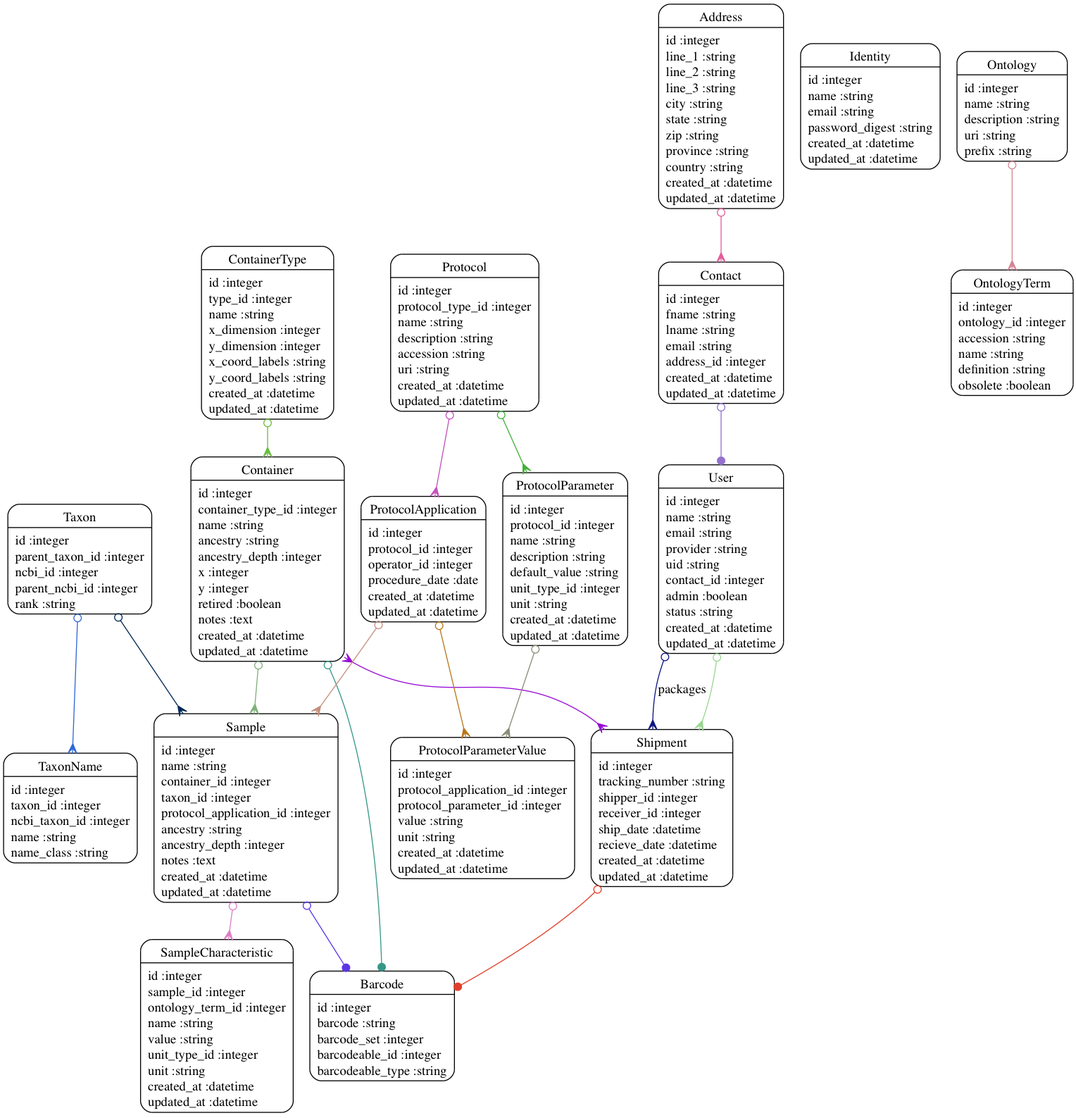
Before: models.png, a diagram exported from Graphviz (dimitras/collos). Its source is kept beside it as models.dot.
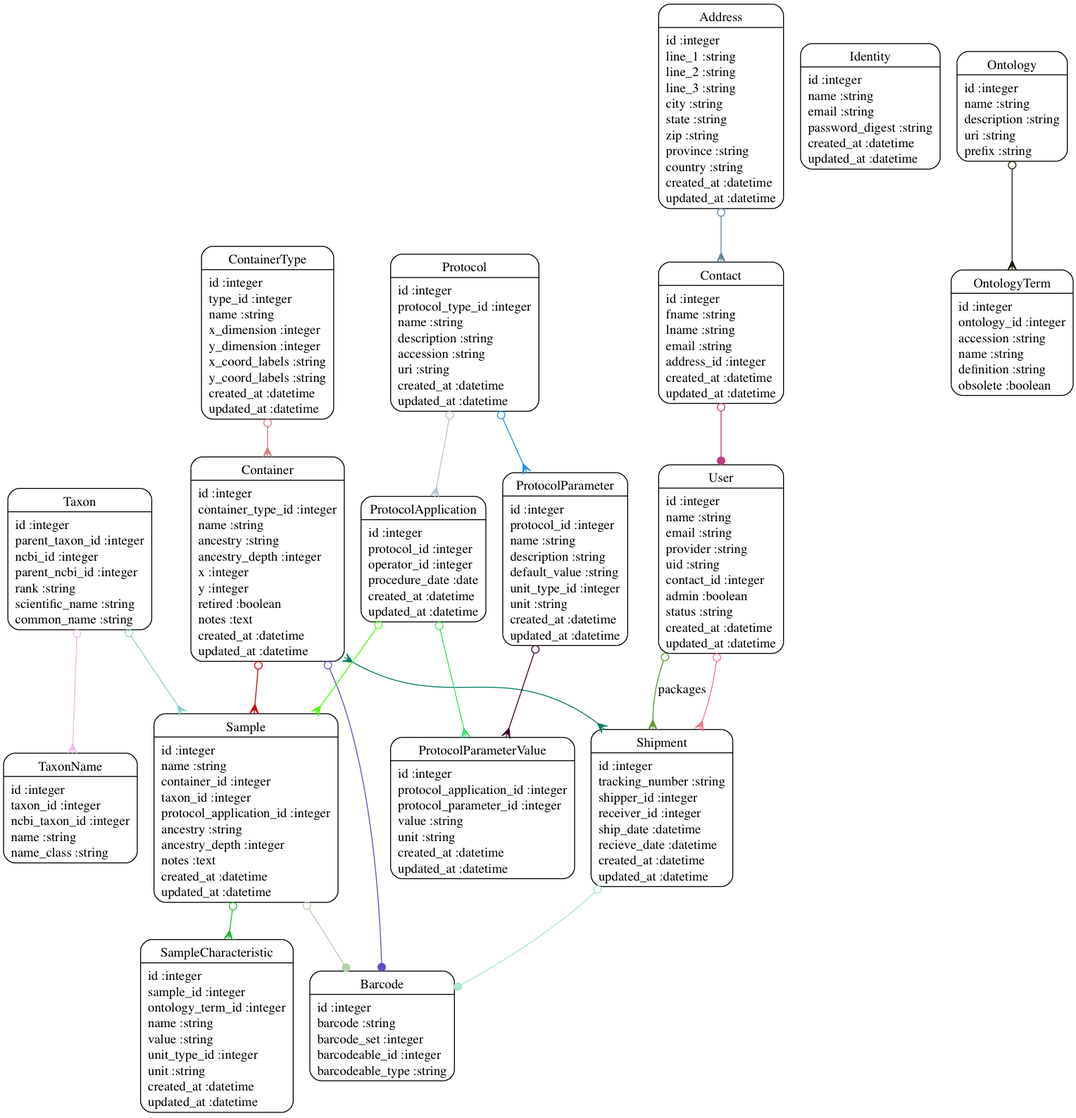
After the commit.

Diff of the diagram source:
```diff
@@ -15,26 +15,26 @@
 	"Sample" [shape=Mrecord, label="{Sample|id :integer\lname :string\lcontainer_id :integer\ltaxon_id :integer\lprotocol_application_id :integer\lancestry :string\lancestry_depth :integer\lnotes :text\lcreated_at :datetime\lupdated_at :datetime\l}"]
 	"SampleCharacteristic" [shape=Mrecord, label="{SampleCharacteristic|id :integer\lsample_id :integer\lontology_term_id :integer\lname :string\lvalue :string\lunit_type_id :integer\lunit :string\lcreated_at :datetime\lupdated_at :datetime\l}"]
 	"Shipment" [shape=Mrecord, label="{Shipment|id :integer\ltracking_number :string\lshipper_id :integer\lreceiver_id :integer\lship_date :datetime\lrecieve_date :datetime\lcreated_at :datetime\lupdated_at :datetime\l}"]
-	"Taxon" [shape=Mrecord, label="{Taxon|id :integer\lparent_taxon_id :integer\lncbi_id :integer\lparent_ncbi_id :integer\lrank :string\l}"]
+	"Taxon" [shape=Mrecord, label="{Taxon|id :integer\lparent_taxon_id :integer\lncbi_id :integer\lparent_ncbi_id :integer\lrank :string\lscientific_name :string\lcommon_name :string\l}"]
 	"TaxonName" [shape=Mrecord, label="{TaxonName|id :integer\ltaxon_id :integer\lncbi_taxon_id :integer\lname :string\lname_class :string\l}"]
 	"User" [shape=Mrecord, label="{User|id :integer\lname :string\lemail :string\lprovider :string\luid :string\lcontact_id :integer\ladmin :boolean\lstatus :string\lcreated_at :datetime\lupdated_at :datetime\l}"]
-	"Address" -> "Contact" [arrowtail=odot, arrowhead=crow, dir=both color="#E35E99"]
-	"Contact" -> "User" [arrowtail=odot, arrowhead=dot, dir=both color="#9471CD"]
-	"Container" -> "Sample" [arrowtail=odot, arrowhead=crow, dir=both color="#7DB079"]
-	"Container" -> "Barcode" [arrowtail=odot, arrowhead=dot, dir=both color="#369787"]
-	"Container" -> "Shipment" [arrowtail=crow, arrowhead=crow, dir=both color="#960CD4"]
-	"ContainerType" -> "Container" [arrowtail=odot, arrowhead=crow, dir=both color="#67BE3D"]
-	"Ontology" -> "OntologyTerm" [arrowtail=odot, arrowhead=crow, dir=both color="#D28694"]
-	"Protocol" -> "ProtocolApplication" [arrowtail=odot, arrowhead=crow, dir=both color="#C552BB"]
-	"Protocol" -> "ProtocolParameter" [arrowtail=odot, arrowhead=crow, dir=both color="#43B038"]
-	"ProtocolApplication" -> "Sample" [arrowtail=odot, arrowhead=crow, dir=both color="#C48E7D"]
-	"ProtocolApplication" -> "ProtocolParameterValue" [arrowtail=odot, arrowhead=crow, dir=both color="#B8771A"]
-	"ProtocolParameter" -> "ProtocolParameterValue" [arrowtail=odot, arrowhead=crow, dir=both color="#888D75"]
-	"Sample" -> "Barcode" [arrowtail=odot, arrowhead=dot, dir=both color="#5C35E6"]
-	"Sample" -> "SampleCharacteristic" [arrowtail=odot, arrowhead=crow, dir=both color="#DD7FC3"]
-	"Shipment" -> "Barcode" [arrowtail=odot, arrowhead=dot, dir=both color="#DF3F2A"]
-	"Taxon" -> "Sample" [arrowtail=odot, arrowhead=crow, dir=both color="#002654"]
-	"Taxon" -> "TaxonName" [arrowtail=odot, arrowhead=crow, dir=both color="#2F68D5"]
-	"User" -> "Shipment" [arrowtail=odot, arrowhead=crow, dir=both color="#99D690"]
-	"User" -> "Shipment" [label="packages", arrowtail=odot, arrowhead=crow, dir=both color="#0D1581"]
+	"Address" -> "Contact" [arrowtail=odot, arrowhead=crow, dir=both color="#668498"]
+	"Contact" -> "User" [arrowtail=odot, arrowhead=dot, dir=both color="#B83E7F"]
+	"Container" -> "Sample" [arrowtail=odot, arrowhead=crow, dir=both color="#C60910"]
+	"Container" -> "Barcode" [arrowtail=odot, arrowhead=dot, dir=both color="#644DC2"]
+	"Container" -> "Shipment" [arrowtail=crow, arrowhead=crow, dir=both color="#047A64"]
+	"ContainerType" -> "Container" [arrowtail=odot, arrowhead=crow, dir=both color="#D77A7E"]
+	"Ontology" -> "OntologyTerm" [arrowtail=odot, arrowhead=crow, dir=both color="#1B1A03"]
+	"Protocol" -> "ProtocolApplication" [arrowtail=odot, arrowhead=crow, dir=both color="#B5C5D4"]
+	"Protocol" -> "ProtocolParameter" [arrowtail=odot, arrowhead=crow, dir=both color="#2692E2"]
+	"ProtocolApplication" -> "Sample" [arrowtail=odot, arrowhead=crow, dir=both color="#53F60E"]
+	"ProtocolApplication" -> "ProtocolParameterValue" [arrowtail=odot, arrowhead=crow, dir=both color="#3BE069"]
+	"ProtocolParameter" -> "ProtocolParameterValue" [arrowtail=odot, arrowhead=crow, dir=both color="#3C0231"]
+	"Sample" -> "Barcode" [arrowtail=odot, arrowhead=dot, dir=both color="#B2D2AC"]
+	"Sample" -> "SampleCharacteristic" [arrowtail=odot, arrowhead=crow, dir=both color="#2BB63A"]
+	"Shipment" -> "Barcode" [arrowtail=odot, arrowhead=dot, dir=both color="#AAE6CA"]
+	"Taxon" -> "Sample" [arrowtail=odot, arrowhead=crow, dir=both color="#87D1CC"]
+	"Taxon" -> "TaxonName" [arrowtail=odot, arrowhead=crow, dir=both color="#EBBBE9"]
+	"User" -> "Shipment" [arrowtail=odot, arrowhead=crow, dir=both color="#F87488"]
+	"User" -> "Shipment" [label="packages", arrowtail=odot, arrowhead=crow, dir=both color="#5E9A2D"]
 }
```
